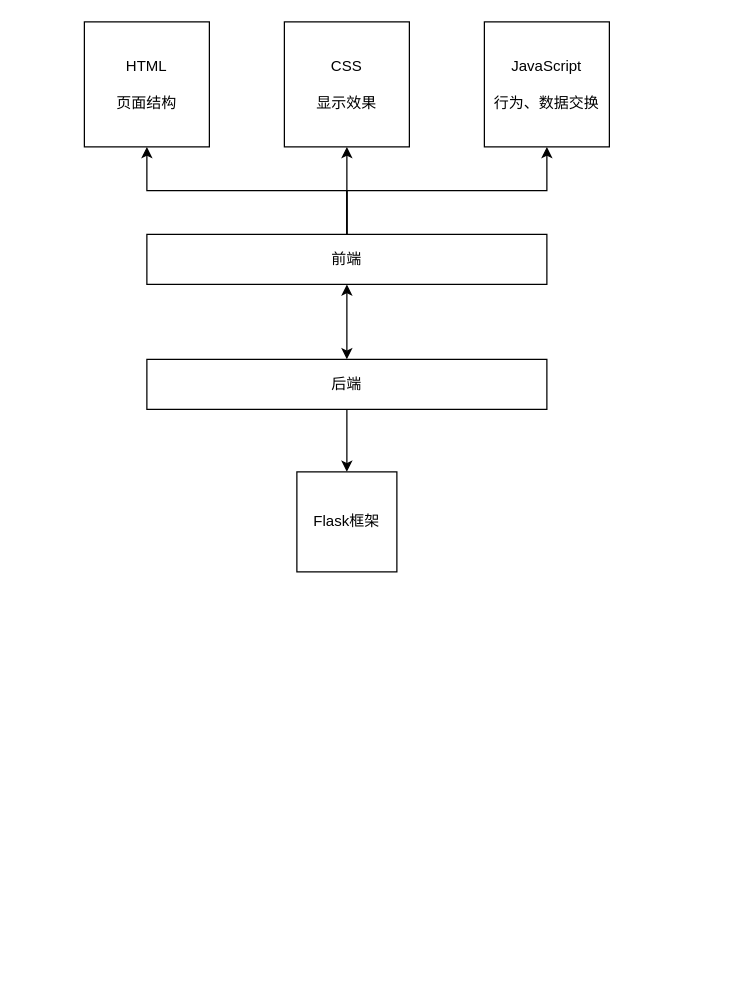
Above: 技术栈.drawio in WHUT-LHT/hello-world (draw.io), before the change. Source tidied: cells renumbered, new cells numbered last; positions are measured from the earlier drawing's top-left corner, leaving out a move shared by most shapes. Both pictures are drawn from the tidied source at 125%, with x=0, y=0 at pixel (84, 21).
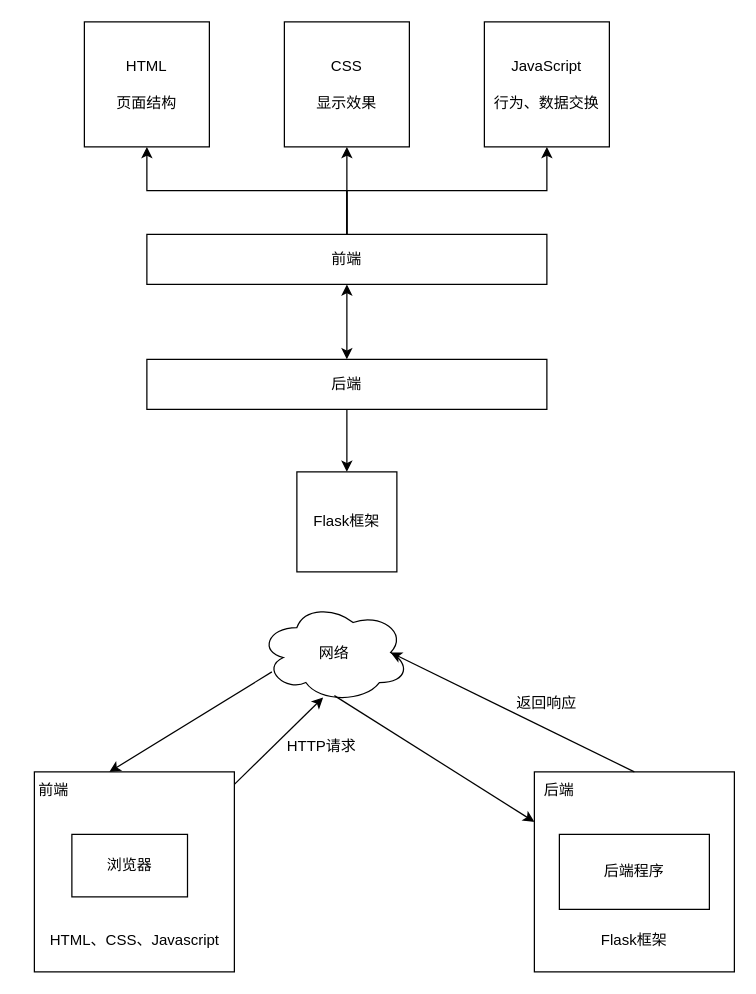
After the change.

Commit message (it also covers changes not shown here):
更新技术栈.drawio

The edit, as a diff of the source:
```diff
@@
+    <mxCell id="13" style="whiteSpace=wrap;html=1;" parent="1" vertex="1">
+      <mxGeometry x="-40" y="600" width="160" height="160" as="geometry" />
+    </mxCell>
+    <mxCell id="14" value="前端" style="text;html=1;align=center;verticalAlign=middle;strokeColor=none;fillColor=none;" parent="1" vertex="1">
+      <mxGeometry x="-50" y="600" width="50" height="30" as="geometry" />
+    </mxCell>
+    <mxCell id="15" value="浏览器" style="rounded=0;whiteSpace=wrap;html=1;" parent="1" vertex="1">
+      <mxGeometry x="-10" y="650" width="92.5" height="50" as="geometry" />
+    </mxCell>
+    <mxCell id="16" value="HTML、CSS、Javascript" style="text;html=1;align=center;verticalAlign=middle;strokeColor=none;fillColor=none;" parent="1" vertex="1">
+      <mxGeometry x="-40" y="720" width="160" height="30" as="geometry" />
+    </mxCell>
+    <mxCell id="17" value="网络" style="ellipse;shape=cloud;whiteSpace=wrap;html=1;" parent="1" vertex="1">
+      <mxGeometry x="140" y="464.5" width="120" height="80" as="geometry" />
+    </mxCell>
+    <mxCell id="18" style="endArrow=classic;html=1;rounded=0;entryX=0.425;entryY=0.95;entryDx=0;entryDy=0;entryPerimeter=0;" parent="1" edge="1" target="17">
+      <mxGeometry relative="1" as="geometry">
+        <mxPoint x="120" y="610" as="sourcePoint" />
+      </mxGeometry>
+    </mxCell>
+    <mxCell id="19" value="HTTP请求" style="text;html=1;align=center;verticalAlign=middle;whiteSpace=wrap;rounded=0;" parent="1" vertex="1">
+      <mxGeometry x="160" y="570" width="60" height="20" as="geometry" />
+    </mxCell>
+    <mxCell id="20" style="whiteSpace=wrap;html=1;" parent="1" vertex="1">
+      <mxGeometry x="360" y="600" width="160" height="160" as="geometry" />
+    </mxCell>
+    <mxCell id="21" value="后端" style="text;html=1;align=center;verticalAlign=middle;whiteSpace=wrap;rounded=0;" parent="1" vertex="1">
+      <mxGeometry x="350" y="600" width="60" height="30" as="geometry" />
+    </mxCell>
+    <mxCell id="22" value="后端程序" style="rounded=0;whiteSpace=wrap;html=1;" parent="1" vertex="1">
+      <mxGeometry x="380" y="650" width="120" height="60" as="geometry" />
+    </mxCell>
+    <mxCell id="23" value="Flask框架" style="text;html=1;align=center;verticalAlign=middle;whiteSpace=wrap;rounded=0;" parent="1" vertex="1">
+      <mxGeometry x="410" y="720" width="60" height="30" as="geometry" />
+    </mxCell>
+    <mxCell id="24" value="返回响应" style="text;html=1;align=center;verticalAlign=middle;whiteSpace=wrap;rounded=0;" parent="1" vertex="1">
+      <mxGeometry x="340" y="530" width="60" height="30" as="geometry" />
+    </mxCell>
+    <mxCell id="25" style="endArrow=classic;html=1;rounded=0;exitX=0.5;exitY=0;exitDx=0;exitDy=0;entryX=0.875;entryY=0.5;entryDx=0;entryDy=0;entryPerimeter=0;" parent="1" edge="1" source="20" target="17">
+      <mxGeometry relative="1" as="geometry" />
+    </mxCell>
+    <mxCell id="26" style="endArrow=classic;html=1;rounded=0;entryX=0.375;entryY=0;entryDx=0;entryDy=0;entryPerimeter=0;" parent="1" edge="1" target="13">
+      <mxGeometry relative="1" as="geometry">
+        <mxPoint x="150" y="520" as="sourcePoint" />
+      </mxGeometry>
+    </mxCell>
+    <mxCell id="27" style="endArrow=classic;html=1;rounded=0;exitX=0.5;exitY=0.931;exitDx=0;exitDy=0;exitPerimeter=0;entryX=0;entryY=0.25;entryDx=0;entryDy=0;" parent="1" edge="1" source="17" target="20">
+      <mxGeometry relative="1" as="geometry" />
+    </mxCell>
```
